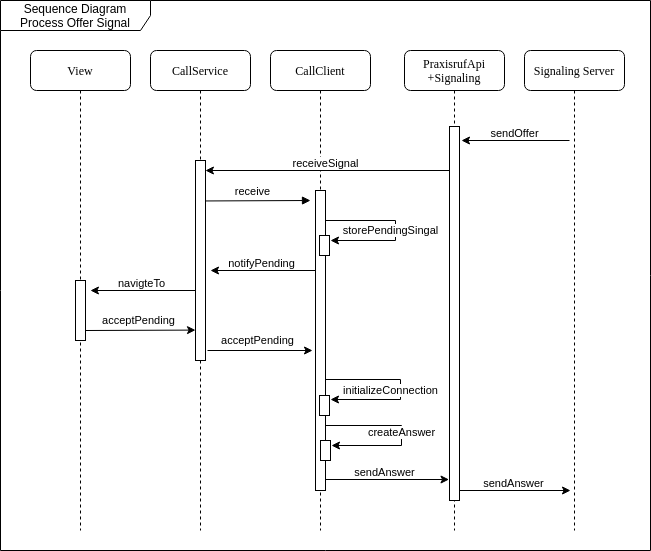
Above: src/graphics/diagramms/Sequence_MobileClient_Receiver_Signaling.drawio.png in jsvilling/IP6_Bachelorarbeit_Bericht_Cloudbasiertes_Praxisrufsystem (draw.io), before the change. Source tidied: cells renumbered, new cells last; positions are measured from the earlier drawing's top-left corner, leaving out a move shared by most shapes.
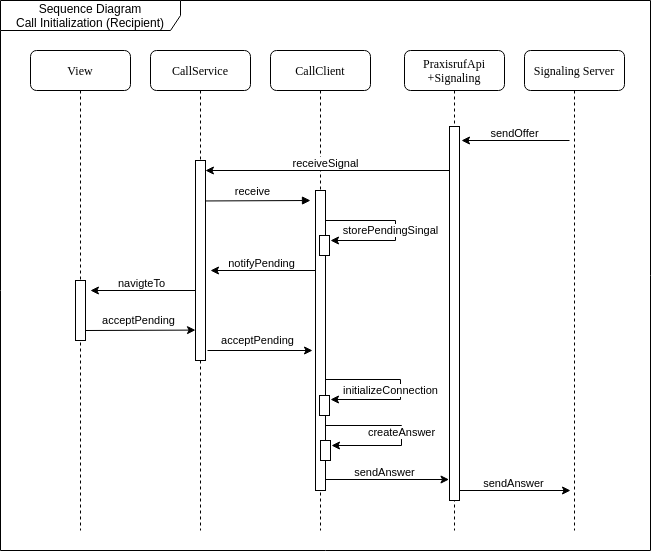
Later version of the same file.

Commit message:
Add diagram Frames for UML

What changed in the source:
```diff
@@ -119,7 +119,7 @@
         <mxPoint x="210" y="270" as="targetPoint" />
       </mxGeometry>
     </mxCell>
-    <mxCell id="26" value="Sequence Diagram&lt;br&gt;Process Offer Signal" style="shape=umlFrame;whiteSpace=wrap;html=1;width=150;height=30;" parent="1" vertex="1">
+    <mxCell id="26" value="Sequence Diagram&lt;br&gt;Call Initialization (Recipient)" style="shape=umlFrame;whiteSpace=wrap;html=1;width=180;height=30;" parent="1" vertex="1">
       <mxGeometry width="650" height="550" as="geometry" />
     </mxCell>
   </root>
```
